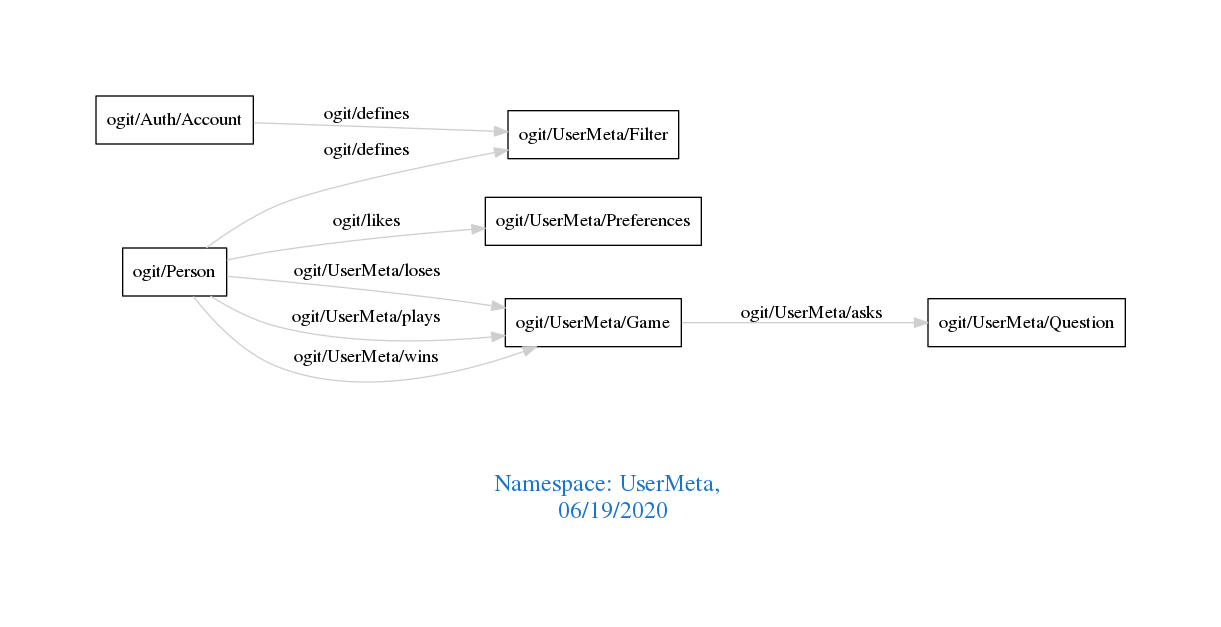
This is downloads/UserMeta.png from arago/OGIT, a Graphviz export, as it was before one commit. Its source is kept beside it as downloads/UserMeta.dot. The source it was exported from:
```dot
digraph OGIT_ontology {
 graph [ rankdir= LR,pad=1
fontsize = 18,
fontcolor= dodgerblue3,label = "\n\n\nNamespace: UserMeta, \n 06/19/2020"];
node[shape=polygon];
edge [  color="gray81"];

   "ogit/Auth/Account" -> "ogit/UserMeta/Filter" [label="   ogit/defines    "];
   "ogit/Person" -> "ogit/UserMeta/Filter" [label="   ogit/defines    "];
   "ogit/UserMeta/Game" -> "ogit/UserMeta/Question" [label="   ogit/UserMeta/asks    "];
   "ogit/Person" -> "ogit/UserMeta/Preferences" [label="   ogit/likes    "];
   "ogit/Person" -> "ogit/UserMeta/Game" [label="   ogit/UserMeta/loses    "];
   "ogit/Person" -> "ogit/UserMeta/Game" [label="   ogit/UserMeta/plays    "];
   "ogit/Person" -> "ogit/UserMeta/Game" [label="   ogit/UserMeta/wins    "];
}
```
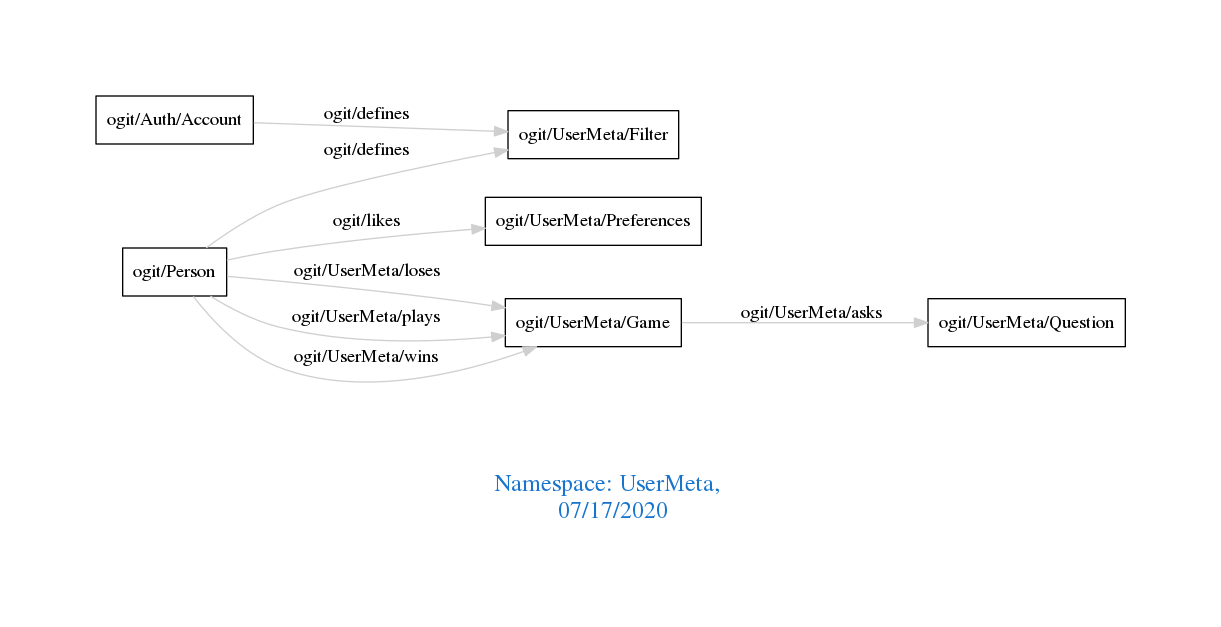
The same file after the commit.

Diff of the diagram source:
```diff
@@ -1,7 +1,7 @@
 digraph OGIT_ontology {
  graph [ rankdir= LR,pad=1
 fontsize = 18,
-fontcolor= dodgerblue3,label = "\n\n\nNamespace: UserMeta, \n 06/19/2020"];
+fontcolor= dodgerblue3,label = "\n\n\nNamespace: UserMeta, \n 07/17/2020"];
 node[shape=polygon];
 edge [  color="gray81"];
 
```
